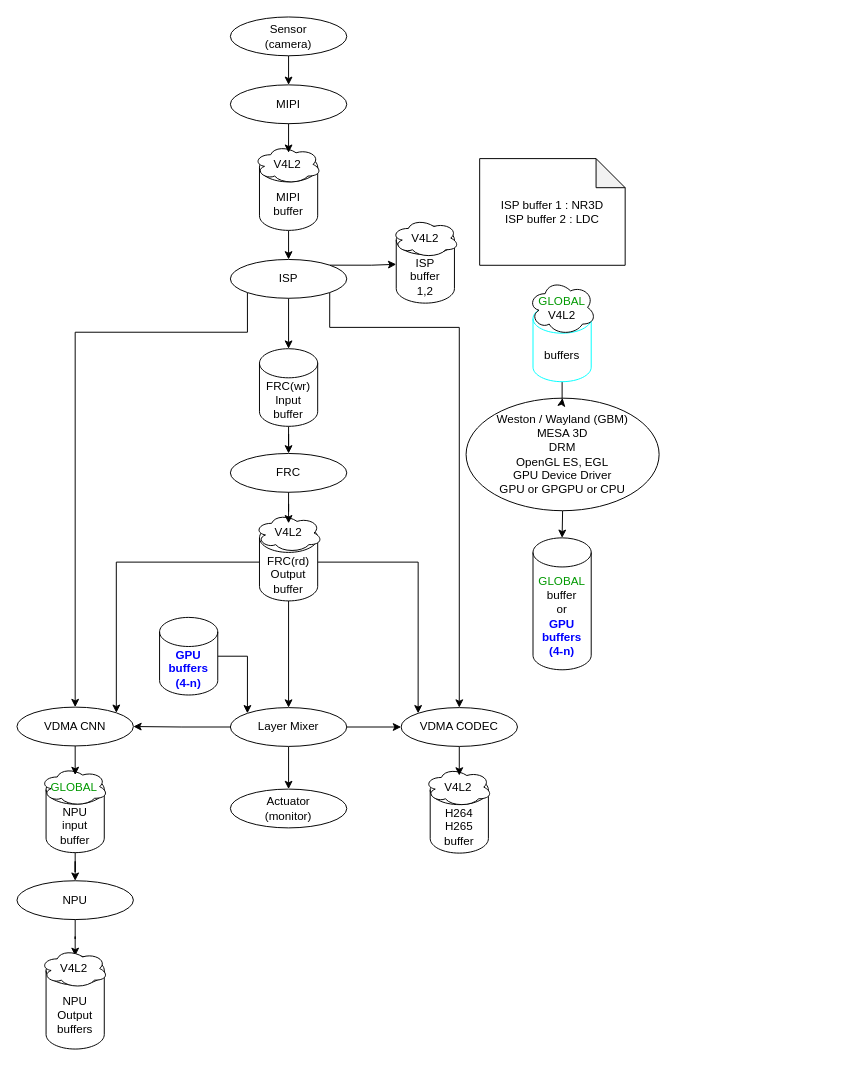
This is data_stream.drawio from junehyuk-nc/draw, a draw.io file, before an edit. Source tidied: cells renumbered, new cells numbered last; positions are measured from the earlier drawing's top-left corner, leaving out a move shared by most shapes. Both pictures are drawn from the tidied source at 97%, with x=0, y=0 at pixel (16, 16).
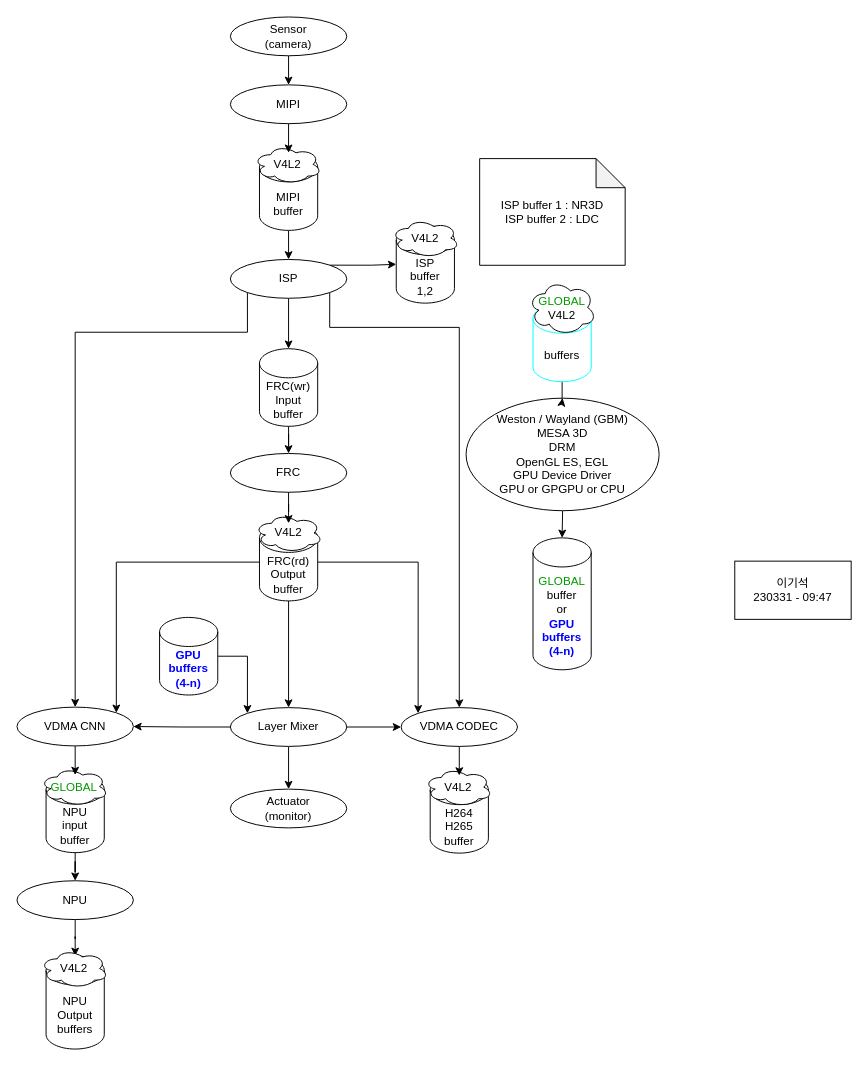
Above is the later version.

The edit, as a diff of the source:
```diff
@@
+    <mxCell id="52" value="이기석&lt;br&gt;230331 - 09:47" style="rounded=0;whiteSpace=wrap;html=1;" parent="1" vertex="1">
+      <mxGeometry x="740" y="561" width="120" height="60" as="geometry" />
+    </mxCell>
```
